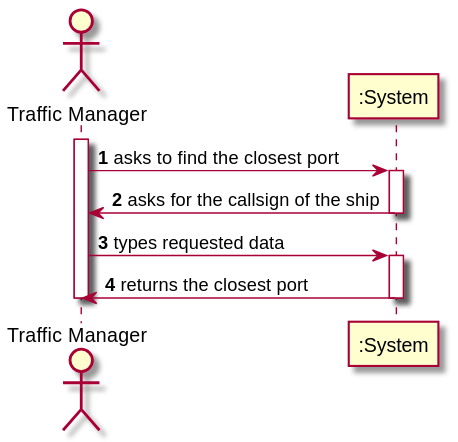
1190772/LAB-Project-3 keeps this PlantUML diagram as docs/Sprint 2/US/US202/US202_SSD.svg. Above is the earlier version. The source it was exported from:
```plantuml
@startuml

autonumber

actor "Traffic Manager" as TM

activate TM
TM -> ":System" : asks to find the closest port

activate ":System"
":System" -> TM : asks for the callsign of the ship
deactivate ":System"

TM -> ":System" : types requested data

activate ":System"
":System" -> TM : returns the closest port
deactivate ":System"

deactivate TM

@enduml
```
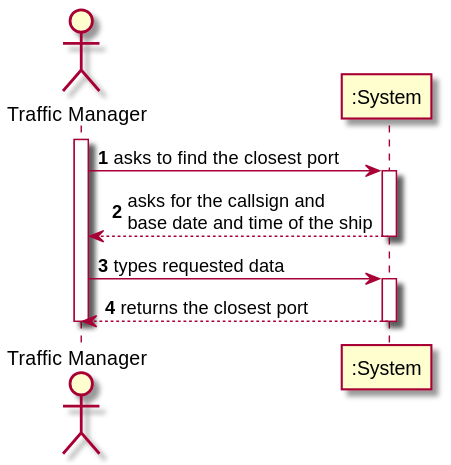
After the commit.

Change to the diagram source:
```diff
@@ -8,13 +8,13 @@
 TM -> ":System" : asks to find the closest port
 
 activate ":System"
-":System" -> TM : asks for the callsign of the ship
+":System" --> TM : asks for the callsign and \nbase date and time of the ship
 deactivate ":System"
 
 TM -> ":System" : types requested data
 
 activate ":System"
-":System" -> TM : returns the closest port
+":System" --> TM : returns the closest port
 deactivate ":System"
 
 deactivate TM
```
